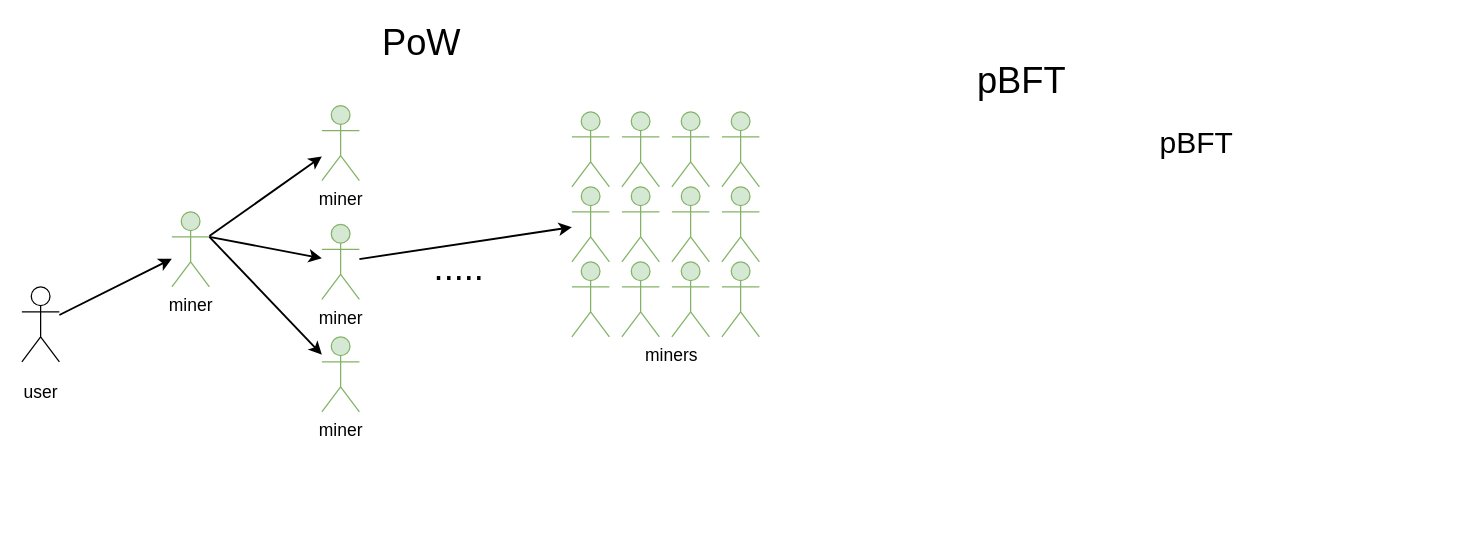
0xyicheng/a-research-diagram keeps this draw.io diagram as ethereum-research/pos-beaconchain/PoW vs pBFT.drawio. Above is the earlier version. Source tidied: cells renumbered, new cells numbered last; positions are measured from the earlier drawing's top-left corner, leaving out a move shared by most shapes. Both pictures are drawn from the tidied source at 125%, with x=0, y=0 at pixel (21, 24).
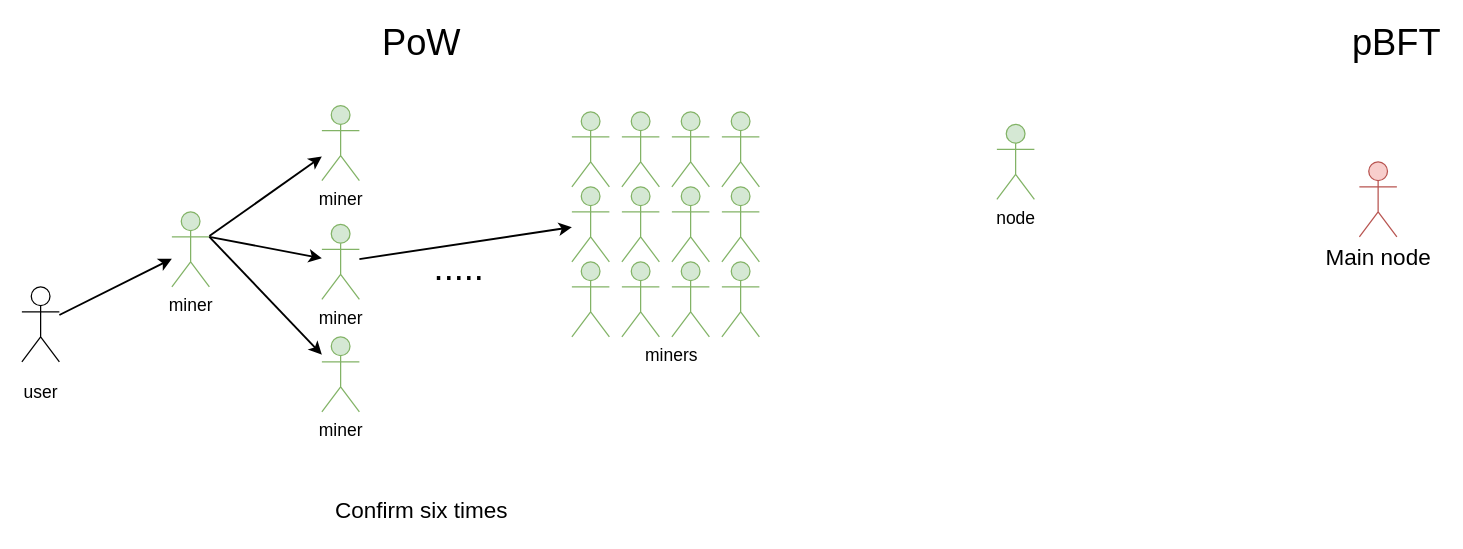
The same page after the edit.

The edit, as a diff of the source:
```diff
@@
-    <mxCell id="2" value="&lt;font style=&quot;user-select: auto; font-size: 24px;&quot;&gt;pBFT&lt;/font&gt;" style="text;html=1;strokeColor=none;fillColor=none;align=center;verticalAlign=middle;whiteSpace=wrap;rounded=0;" parent="1" vertex="1">
-      <mxGeometry x="910" y="80" width="60" height="30" as="geometry" />
-    </mxCell>
@@
     <mxCell id="28" value="pBFT" style="text;html=1;strokeColor=none;fillColor=none;align=center;verticalAlign=middle;whiteSpace=wrap;rounded=0;fontSize=29;" parent="1" vertex="1">
-      <mxGeometry x="770" y="30" width="60" height="30" as="geometry" />
+      <mxGeometry x="1070" width="60" height="30" as="geometry" />
     </mxCell>
+    <mxCell id="29" value="&lt;font style=&quot;font-size: 18px;&quot;&gt;Confirm six times&lt;/font&gt;" style="text;html=1;strokeColor=none;fillColor=none;align=center;verticalAlign=middle;whiteSpace=wrap;rounded=0;fontSize=29;" parent="1" vertex="1">
+      <mxGeometry x="215" y="370" width="210" height="30" as="geometry" />
+    </mxCell>
+    <mxCell id="30" value="Main node" style="shape=umlActor;verticalLabelPosition=bottom;verticalAlign=top;html=1;fontSize=18;fillColor=#f8cecc;strokeColor=#b85450;" parent="1" vertex="1">
+      <mxGeometry x="1070" y="110" width="30" height="60" as="geometry" />
+    </mxCell>
+    <mxCell id="31" value="node" style="shape=umlActor;verticalLabelPosition=bottom;verticalAlign=top;html=1;fontSize=14;fillColor=#d5e8d4;strokeColor=#82b366;" parent="1" vertex="1">
+      <mxGeometry x="780" y="80" width="30" height="60" as="geometry" />
+    </mxCell>
```
